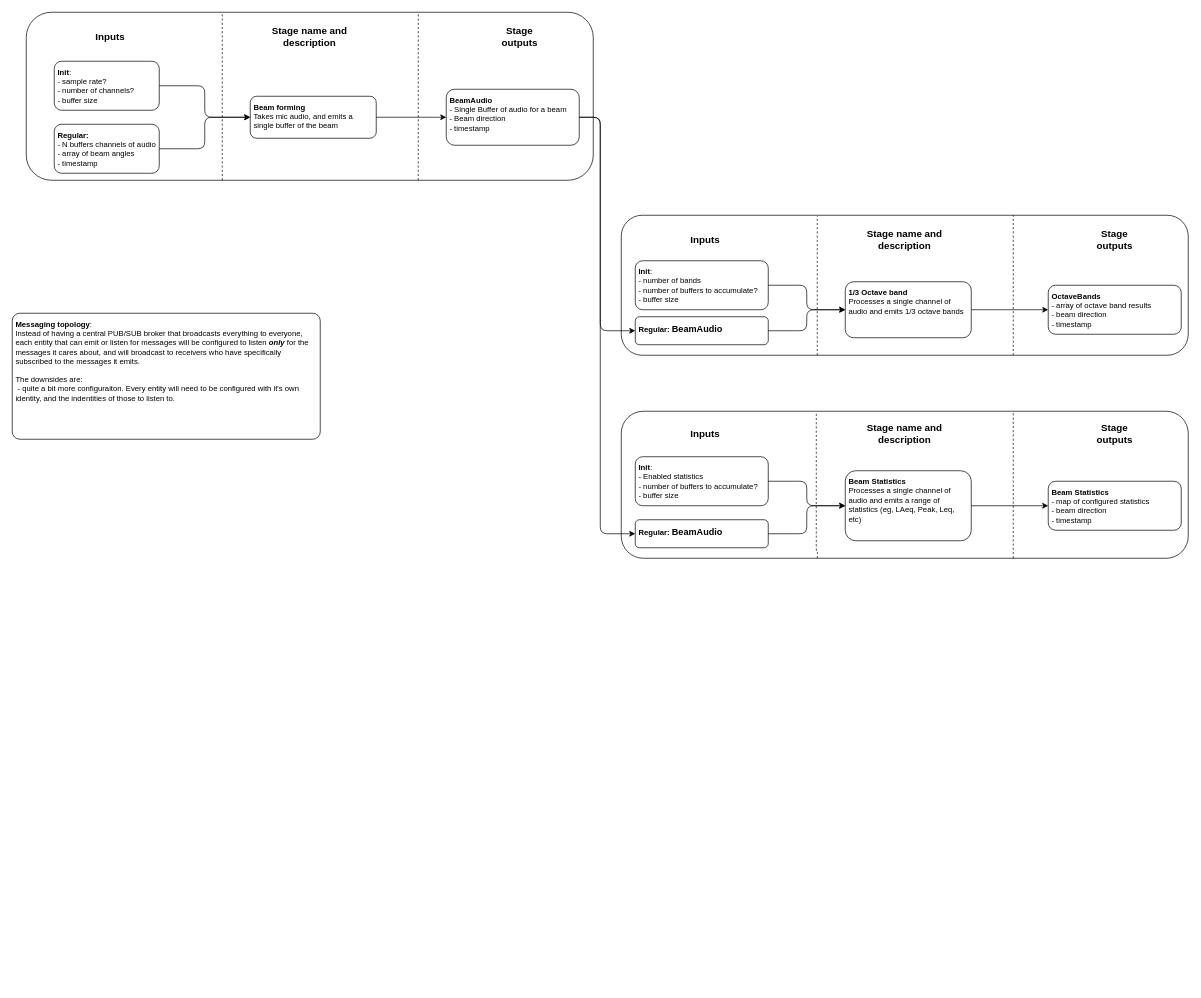
Before: page "Processing stages" (5 of 8) of doc/System Block Diagram.drawio in jbrryhooves/sound-compass, a draw.io diagram. Source tidied: cells renumbered, new cells numbered last; positions are measured from the earlier drawing's top-left corner, leaving out a move shared by most shapes. Both pictures are drawn from the tidied source at 70%, with x=0, y=0 at pixel (12, 12).
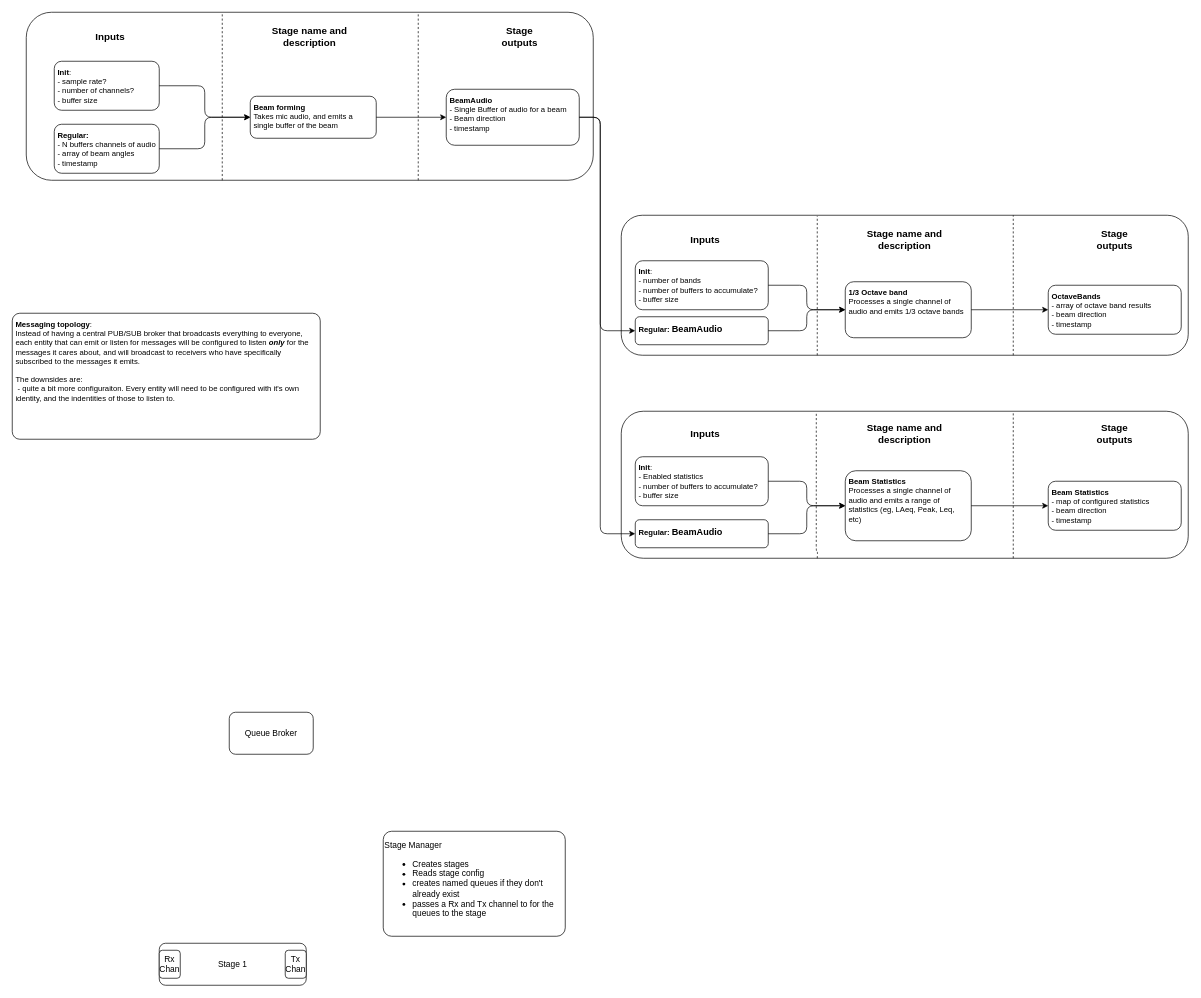
The same page after the edit.

The edit, as a diff of the source:
```diff
@@
+    <mxCell id="46" value="Queue Broker" style="rounded=1;whiteSpace=wrap;html=1;" parent="1" vertex="1">
+      <mxGeometry x="310" y="1000" width="120" height="60" as="geometry" />
+    </mxCell>
+    <mxCell id="47" value="Stage Manager&lt;div&gt;&lt;ul&gt;&lt;li&gt;Creates stages&lt;/li&gt;&lt;li&gt;Reads stage config&lt;/li&gt;&lt;li&gt;creates named queues if they don't already exist&lt;/li&gt;&lt;li&gt;passes a Rx and Tx channel to for the queues to the stage&lt;/li&gt;&lt;/ul&gt;&lt;/div&gt;" style="rounded=1;whiteSpace=wrap;html=1;align=left;arcSize=8;" parent="1" vertex="1">
+      <mxGeometry x="530" y="1170" width="260" height="150" as="geometry" />
+    </mxCell>
+    <mxCell id="48" value="Stage 1" style="rounded=1;whiteSpace=wrap;html=1;" parent="1" vertex="1">
+      <mxGeometry x="210" y="1330" width="210" height="60" as="geometry" />
+    </mxCell>
+    <mxCell id="49" value="Rx Chan" style="rounded=1;whiteSpace=wrap;html=1;" parent="1" vertex="1">
+      <mxGeometry x="210" y="1340" width="30" height="40" as="geometry" />
+    </mxCell>
+    <mxCell id="50" value="Tx Chan" style="rounded=1;whiteSpace=wrap;html=1;" parent="1" vertex="1">
+      <mxGeometry x="390" y="1340" width="30" height="40" as="geometry" />
+    </mxCell>
```
